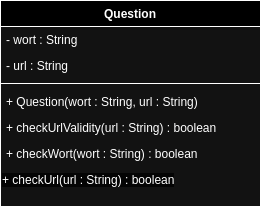
Earlier version of the draw.io export Worttrainer.png (TGM-HIT/sew9-2425-worttrainer-ahujaankush). Source tidied: cells renumbered, new cells last; positions are measured from the earlier drawing's top-left corner, leaving out a move shared by most shapes.
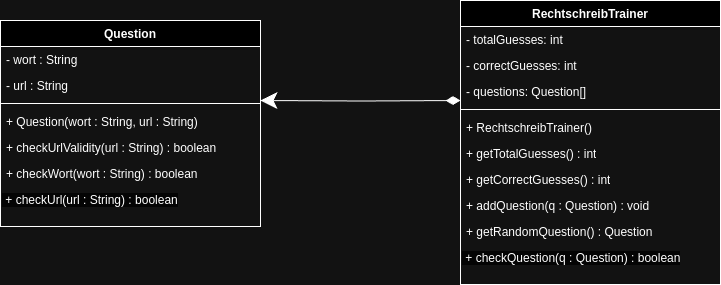
After the change.

Commit message:
UML: Add Rechtschreib Trainer

Diff of the diagram source:
```diff
@@ -23,8 +23,46 @@
     <mxCell id="8" value="+ checkWort(wort : String) : boolean" style="text;strokeColor=none;fillColor=none;align=left;verticalAlign=top;spacingLeft=4;spacingRight=4;overflow=hidden;whiteSpace=wrap;html=1;" parent="2" vertex="1">
       <mxGeometry y="140" width="260" height="26" as="geometry" />
     </mxCell>
-    <mxCell id="9" value="&lt;span style=&quot;color: rgb(0, 0, 0); font-family: Helvetica; font-size: 12px; font-style: normal; font-variant-ligatures: normal; font-variant-caps: normal; font-weight: 400; letter-spacing: normal; orphans: 2; text-align: left; text-indent: 0px; text-transform: none; widows: 2; word-spacing: 0px; -webkit-text-stroke-width: 0px; white-space: normal; background-color: rgb(251, 251, 251); text-decoration-thickness: initial; text-decoration-style: initial; text-decoration-color: initial; display: inline !important; float: none;&quot;&gt;+ checkUrl(url : String) : boolean&lt;/span&gt;" style="text;whiteSpace=wrap;html=1;" parent="2" vertex="1">
+    <mxCell id="9" value="&lt;span style=&quot;color: rgb(0, 0, 0); font-family: Helvetica; font-size: 12px; font-style: normal; font-variant-ligatures: normal; font-variant-caps: normal; font-weight: 400; letter-spacing: normal; orphans: 2; text-align: left; text-indent: 0px; text-transform: none; widows: 2; word-spacing: 0px; -webkit-text-stroke-width: 0px; white-space: normal; background-color: rgb(251, 251, 251); text-decoration-thickness: initial; text-decoration-style: initial; text-decoration-color: initial; display: inline !important; float: none;&quot;&gt;&amp;nbsp;+ checkUrl(url : String) : boolean&lt;/span&gt;" style="text;whiteSpace=wrap;html=1;" parent="2" vertex="1">
       <mxGeometry y="166" width="260" height="40" as="geometry" />
     </mxCell>
+    <mxCell id="10" value="RechtschreibTrainer" style="swimlane;fontStyle=1;align=center;verticalAlign=top;horizontal=1;startSize=26;whiteSpace=wrap;html=1;" parent="1" vertex="1">
+      <mxGeometry x="460" y="-20" width="260" height="284" as="geometry" />
+    </mxCell>
+    <mxCell id="11" value="- totalGuesses: int" style="text;strokeColor=none;fillColor=none;align=left;verticalAlign=top;spacingLeft=4;spacingRight=4;overflow=hidden;whiteSpace=wrap;html=1;" parent="10" vertex="1">
+      <mxGeometry y="26" width="260" height="26" as="geometry" />
+    </mxCell>
+    <mxCell id="12" value="- correctGuesses: int" style="text;strokeColor=none;fillColor=none;align=left;verticalAlign=top;spacingLeft=4;spacingRight=4;overflow=hidden;whiteSpace=wrap;html=1;" parent="10" vertex="1">
+      <mxGeometry y="52" width="260" height="26" as="geometry" />
+    </mxCell>
+    <mxCell id="13" value="- questions: Question[]" style="text;strokeColor=none;fillColor=none;align=left;verticalAlign=top;spacingLeft=4;spacingRight=4;overflow=hidden;points=[[0,0.5],[1,0.5]];portConstraint=eastwest;whiteSpace=wrap;html=1;" parent="10" vertex="1">
+      <mxGeometry y="78" width="260" height="26" as="geometry" />
+    </mxCell>
+    <mxCell id="14" style="line;strokeWidth=1;fillColor=none;align=left;verticalAlign=middle;spacingTop=-1;spacingLeft=3;spacingRight=3;labelPosition=right;strokeColor=inherit;" parent="10" vertex="1">
+      <mxGeometry y="104" width="260" height="10" as="geometry" />
+    </mxCell>
+    <mxCell id="15" value="+ RechtschreibTrainer()" style="text;strokeColor=none;fillColor=none;align=left;verticalAlign=top;spacingLeft=4;spacingRight=4;overflow=hidden;whiteSpace=wrap;html=1;" parent="10" vertex="1">
+      <mxGeometry y="114" width="260" height="26" as="geometry" />
+    </mxCell>
+    <mxCell id="16" value="+ getTotalGuesses() : int" style="text;strokeColor=none;fillColor=none;align=left;verticalAlign=top;spacingLeft=4;spacingRight=4;overflow=hidden;whiteSpace=wrap;html=1;" parent="10" vertex="1">
+      <mxGeometry y="140" width="260" height="26" as="geometry" />
+    </mxCell>
+    <mxCell id="17" value="+ getCorrectGuesses() : int" style="text;strokeColor=none;fillColor=none;align=left;verticalAlign=top;spacingLeft=4;spacingRight=4;overflow=hidden;whiteSpace=wrap;html=1;" parent="10" vertex="1">
+      <mxGeometry y="166" width="260" height="26" as="geometry" />
+    </mxCell>
+    <mxCell id="18" value="+ addQuestion(q : Question) : void" style="text;strokeColor=none;fillColor=none;align=left;verticalAlign=top;spacingLeft=4;spacingRight=4;overflow=hidden;whiteSpace=wrap;html=1;" parent="10" vertex="1">
+      <mxGeometry y="192" width="260" height="26" as="geometry" />
+    </mxCell>
+    <mxCell id="19" value="+ getRandomQuestion() : Question" style="text;strokeColor=none;fillColor=none;align=left;verticalAlign=top;spacingLeft=4;spacingRight=4;overflow=hidden;whiteSpace=wrap;html=1;" parent="10" vertex="1">
+      <mxGeometry y="218" width="260" height="26" as="geometry" />
+    </mxCell>
+    <mxCell id="20" value="&lt;span style=&quot;color: rgb(0, 0, 0); font-family: Helvetica; font-size: 12px; font-style: normal; font-variant-ligatures: normal; font-variant-caps: normal; font-weight: 400; letter-spacing: normal; orphans: 2; text-align: left; text-indent: 0px; text-transform: none; widows: 2; word-spacing: 0px; -webkit-text-stroke-width: 0px; white-space: normal; background-color: rgb(251, 251, 251); text-decoration-thickness: initial; text-decoration-style: initial; text-decoration-color: initial; display: inline !important; float: none;&quot;&gt;&amp;nbsp;+ checkQuestion(q : Question) : boolean&lt;/span&gt;" style="text;whiteSpace=wrap;html=1;" parent="10" vertex="1">
+      <mxGeometry y="244" width="260" height="40" as="geometry" />
+    </mxCell>
+    <mxCell id="21" style="endArrow=diamondThin;html=1;endSize=12;startArrow=classic;startSize=14;startFill=1;edgeStyle=orthogonalEdgeStyle;align=left;verticalAlign=bottom;rounded=0;entryX=0;entryY=0.846;entryDx=0;entryDy=0;entryPerimeter=0;endFill=1;" parent="1" edge="1" target="13">
+      <mxGeometry x="-1" y="3" relative="1" as="geometry">
+        <mxPoint x="260" y="80" as="sourcePoint" />
+      </mxGeometry>
+    </mxCell>
   </root>
 </mxGraphModel>
```
